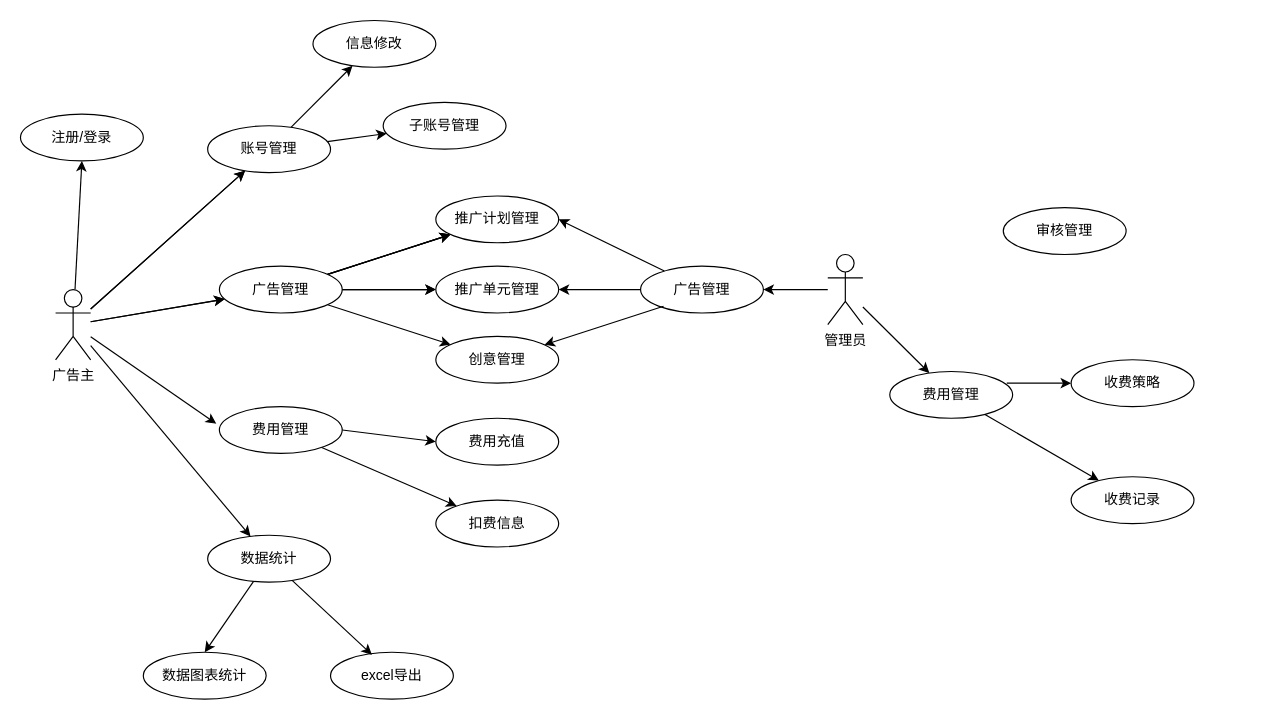
izayoiyurin/draw keeps this draw.io diagram as 广告主用例图.drawio. Above is the earlier version. Source tidied: cells renumbered, new cells numbered last; positions are measured from the earlier drawing's top-left corner, leaving out a move shared by most shapes. Both pictures are drawn from the tidied source at 117%, with x=0, y=0 at pixel (20, 20).
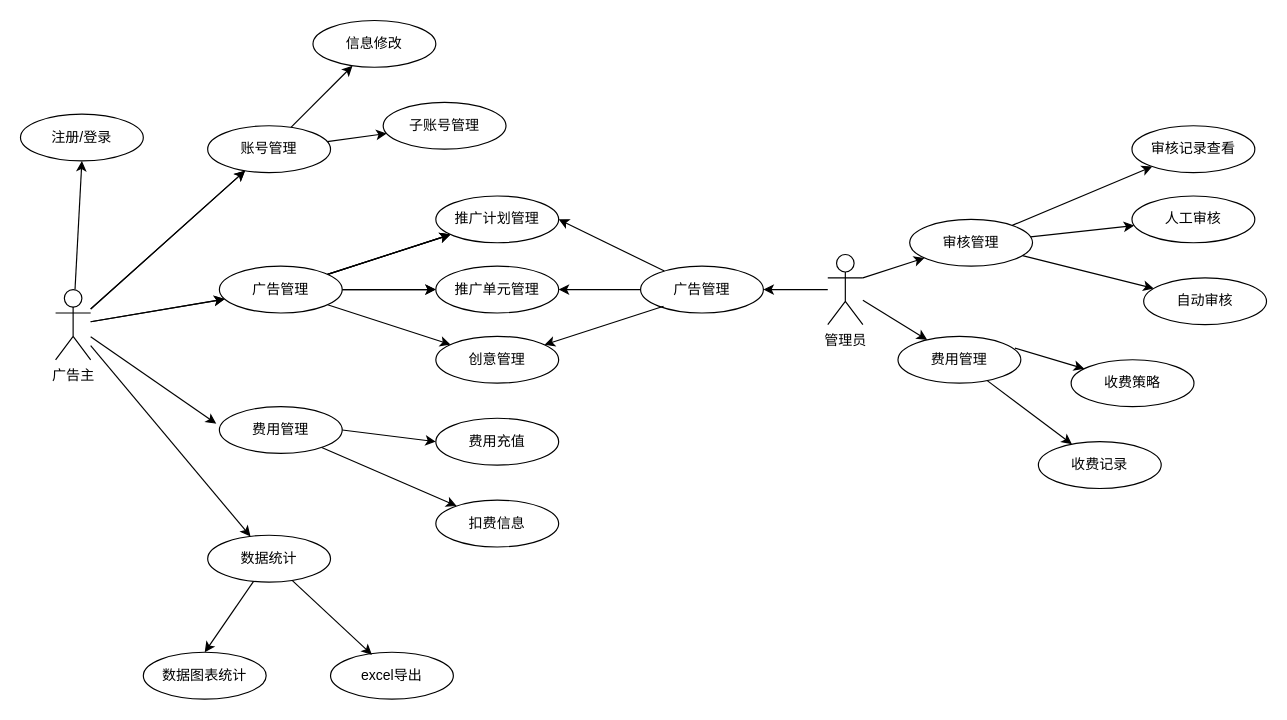
The same diagram, later.

Commit message:
管理员信息

The change refers to these unchanged cells:
```xml
<mxCell id="36" value="管理员" style="shape=umlActor;verticalLabelPosition=bottom;verticalAlign=top;html=1;" parent="1" vertex="1">
  <mxGeometry x="690" y="200" width="30" height="60" as="geometry" />
</mxCell>
```

Diff of the diagram source:
```diff
@@
     <mxCell id="37" value="费用管理" style="ellipse;whiteSpace=wrap;html=1;verticalAlign=middle;labelPosition=center;verticalLabelPosition=middle;align=center;" parent="1" vertex="1">
-      <mxGeometry x="743" y="300" width="105" height="40" as="geometry" />
+      <mxGeometry x="750" y="270" width="105" height="40" as="geometry" />
     </mxCell>
@@
     <mxCell id="39" value="收费记录" style="ellipse;whiteSpace=wrap;html=1;verticalAlign=middle;labelPosition=center;verticalLabelPosition=middle;align=center;" parent="1" vertex="1">
-      <mxGeometry x="898" y="390" width="105" height="40" as="geometry" />
+      <mxGeometry x="870" y="360" width="105" height="40" as="geometry" />
     </mxCell>
@@
+    <mxCell id="49" style="rounded=0;jettySize=auto;html=1;" parent="1" edge="1" source="48" target="53">
+      <mxGeometry relative="1" as="geometry" />
+    </mxCell>
+    <mxCell id="50" style="edgeStyle=none;rounded=0;jettySize=auto;html=1;" parent="1" edge="1" source="48" target="54">
+      <mxGeometry relative="1" as="geometry" />
+    </mxCell>
+    <mxCell id="51" style="edgeStyle=none;rounded=0;jettySize=auto;html=1;" parent="1" edge="1" source="48" target="55">
+      <mxGeometry relative="1" as="geometry" />
+    </mxCell>
     <mxCell id="48" value="审核管理" style="ellipse;whiteSpace=wrap;html=1;verticalAlign=middle;labelPosition=center;verticalLabelPosition=middle;align=center;" parent="1" vertex="1">
-      <mxGeometry x="840" y="160" width="105" height="40" as="geometry" />
+      <mxGeometry x="760" y="170" width="105" height="40" as="geometry" />
     </mxCell>
+    <mxCell id="52" style="endArrow=classic;html=1;rounded=0;exitX=1;exitY=0.3333333333333333;exitDx=0;exitDy=0;exitPerimeter=0;" parent="1" edge="1" source="36" target="48">
+      <mxGeometry relative="1" as="geometry" />
+    </mxCell>
+    <mxCell id="53" value="审核记录查看" style="ellipse;whiteSpace=wrap;html=1;verticalAlign=middle;labelPosition=center;verticalLabelPosition=middle;align=center;" parent="1" vertex="1">
+      <mxGeometry x="950" y="90" width="105" height="40" as="geometry" />
+    </mxCell>
+    <mxCell id="54" value="人工审核" style="ellipse;whiteSpace=wrap;html=1;verticalAlign=middle;labelPosition=center;verticalLabelPosition=middle;align=center;" parent="1" vertex="1">
+      <mxGeometry x="950" y="150" width="105" height="40" as="geometry" />
+    </mxCell>
+    <mxCell id="55" value="自动审核" style="ellipse;whiteSpace=wrap;html=1;verticalAlign=middle;labelPosition=center;verticalLabelPosition=middle;align=center;" parent="1" vertex="1">
+      <mxGeometry x="960" y="220" width="105" height="40" as="geometry" />
+    </mxCell>
```
